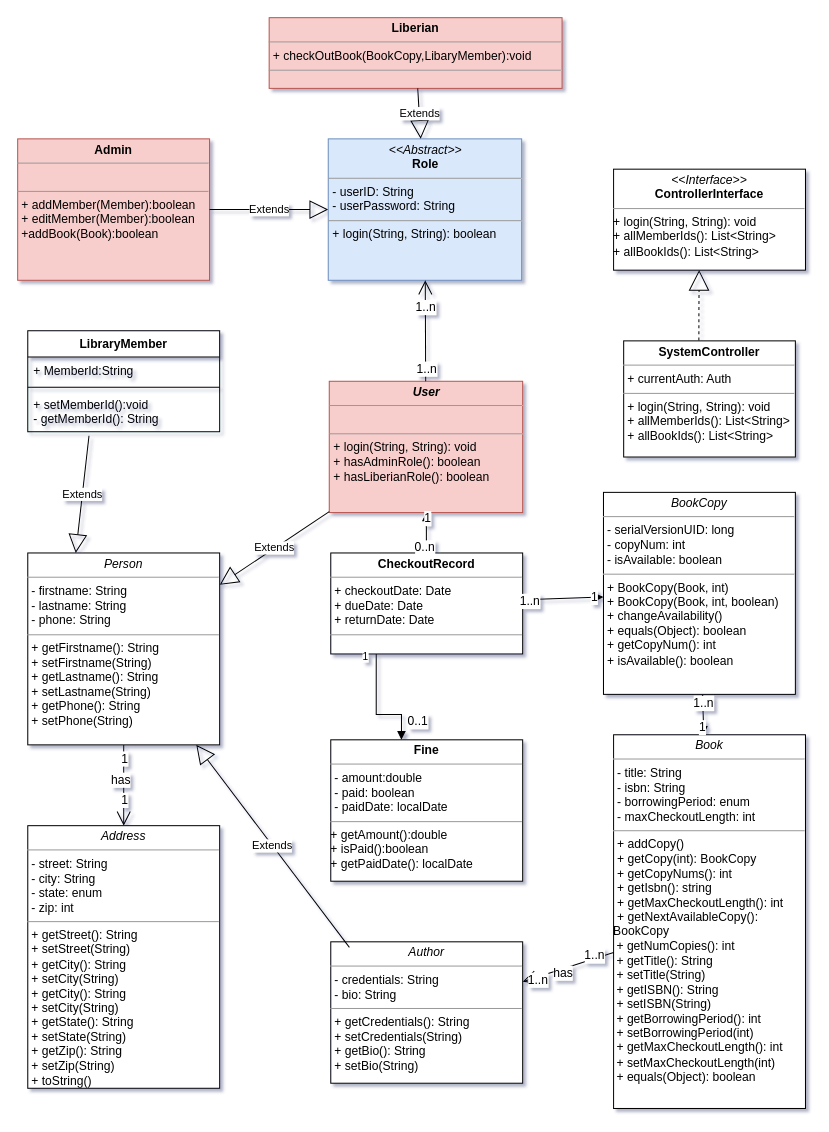
Before: Untitled Diagram.drawio in megaunknown/UML, a draw.io diagram. Source tidied: cells renumbered, new cells numbered last; positions are measured from the earlier drawing's top-left corner, leaving out a move shared by most shapes. Both pictures are drawn from the tidied source at 101%, with x=0, y=0 at pixel (17, 17).
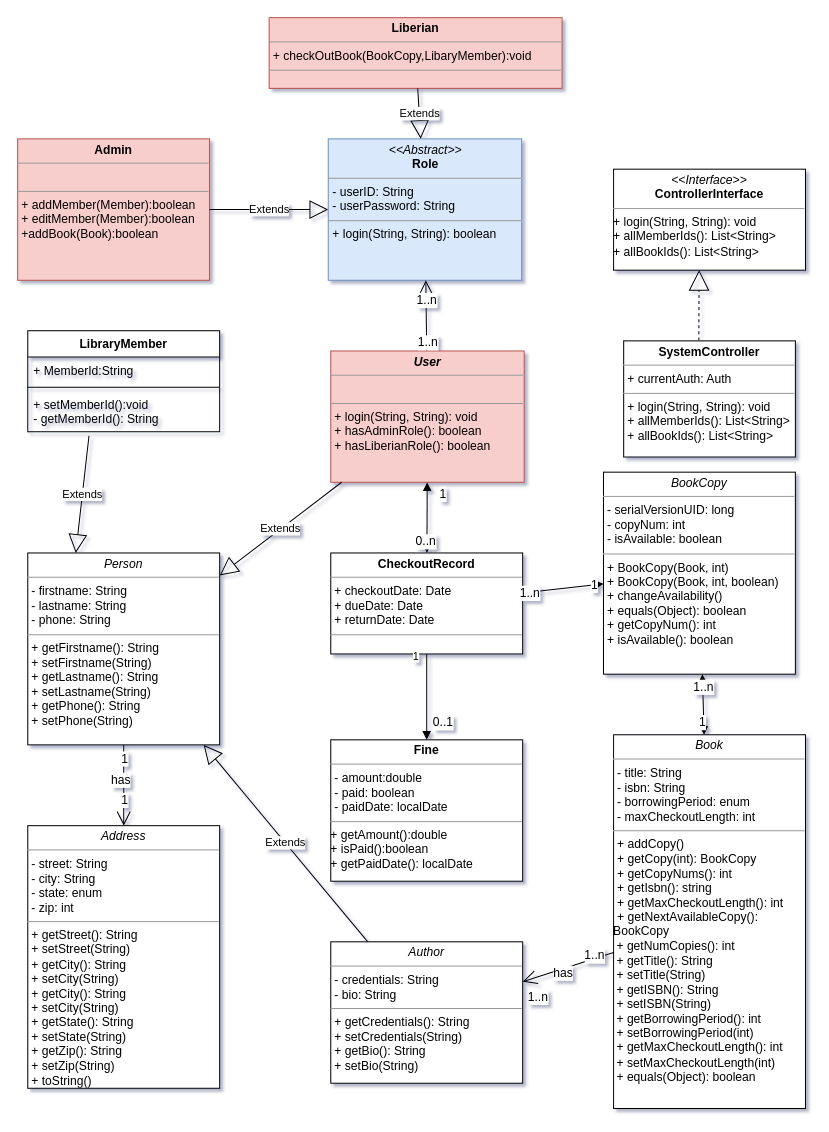
After the change.

Unchanged cells that the change refers to:
```xml
<mxCell id="5" value="&lt;p style=&quot;margin: 0px ; margin-top: 4px ; text-align: center&quot;&gt;&lt;i&gt;Person&lt;/i&gt;&lt;br&gt;&lt;/p&gt;&lt;hr size=&quot;1&quot;&gt;&lt;p style=&quot;margin: 0px ; margin-left: 4px&quot;&gt;- firstname: String&lt;br&gt;- lastname: String&lt;/p&gt;&lt;p style=&quot;margin: 0px ; margin-left: 4px&quot;&gt;- phone: String&lt;br&gt;&lt;/p&gt;&lt;hr size=&quot;1&quot;&gt;&lt;p style=&quot;margin: 0px ; margin-left: 4px&quot;&gt;+ getFirstname(): String&lt;/p&gt;&lt;p style=&quot;margin: 0px ; margin-left: 4px&quot;&gt;+ setFirstname(String)&lt;br&gt;&lt;/p&gt;&lt;p style=&quot;margin: 0px 0px 0px 4px&quot;&gt;+ getLastname(): String&lt;/p&gt;&lt;p style=&quot;margin: 0px 0px 0px 4px&quot;&gt;+ setLastname(String)&lt;br&gt;&lt;/p&gt;&lt;p style=&quot;margin: 0px 0px 0px 4px&quot;&gt;+ getPhone(): String&lt;/p&gt;&lt;p style=&quot;margin: 0px 0px 0px 4px&quot;&gt;+ setPhone(String)&lt;/p&gt;&lt;p style=&quot;margin: 0px 0px 0px 4px&quot;&gt;&lt;br&gt;&lt;/p&gt;" style="verticalAlign=top;align=left;overflow=fill;fontSize=12;fontFamily=Helvetica;html=1;rounded=0;shadow=0;comic=0;labelBackgroundColor=none;strokeWidth=1;" parent="1" vertex="1">
  <mxGeometry x="10" y="530" width="190" height="190" as="geometry" />
</mxCell>
<mxCell id="10" value="&lt;p style=&quot;margin: 0px ; margin-top: 4px ; text-align: center&quot;&gt;&lt;i&gt;Author&lt;/i&gt;&lt;/p&gt;&lt;hr size=&quot;1&quot;&gt;&lt;p style=&quot;margin: 0px ; margin-left: 4px&quot;&gt;- credentials: String&lt;br&gt;- bio: String&lt;/p&gt;&lt;hr size=&quot;1&quot;&gt;&lt;p style=&quot;margin: 0px 0px 0px 4px&quot;&gt;+ getCredentials(): String&lt;/p&gt;&lt;p style=&quot;margin: 0px 0px 0px 4px&quot;&gt;+ setCredentials(String)&lt;/p&gt;&lt;p style=&quot;margin: 0px 0px 0px 4px&quot;&gt;+ getBio(): String&lt;/p&gt;&lt;p style=&quot;margin: 0px 0px 0px 4px&quot;&gt;+ setBio(String)&lt;/p&gt;" style="verticalAlign=top;align=left;overflow=fill;fontSize=12;fontFamily=Helvetica;html=1;rounded=0;shadow=0;comic=0;labelBackgroundColor=none;strokeWidth=1;" parent="1" vertex="1">
  <mxGeometry x="310" y="915" width="190" height="140" as="geometry" />
</mxCell>
<mxCell id="12" value="&lt;p style=&quot;margin: 0px ; margin-top: 4px ; text-align: center&quot;&gt;&lt;b&gt;Fine&lt;/b&gt;&lt;/p&gt;&lt;hr size=&quot;1&quot;&gt;&lt;p style=&quot;margin: 0px ; margin-left: 4px&quot;&gt;- amount:double&lt;/p&gt;&lt;p style=&quot;margin: 0px ; margin-left: 4px&quot;&gt;- paid: boolean&lt;/p&gt;&lt;p style=&quot;margin: 0px ; margin-left: 4px&quot;&gt;- paidDate: localDate&lt;br&gt;&lt;/p&gt;&lt;hr size=&quot;1&quot;&gt;&lt;div&gt;+ getAmount():double&lt;/div&gt;&lt;div&gt;+ isPaid():boolean&lt;/div&gt;&lt;div&gt;+ getPaidDate(): localDate&lt;br&gt;&lt;/div&gt;" style="verticalAlign=top;align=left;overflow=fill;fontSize=12;fontFamily=Helvetica;html=1;rounded=0;shadow=0;comic=0;labelBackgroundColor=none;strokeWidth=1;" parent="1" vertex="1">
  <mxGeometry x="310" y="715" width="190" height="140" as="geometry" />
</mxCell>
<mxCell id="13" style="endArrow=open;endFill=1;endSize=12;html=1;" parent="1" edge="1" source="4" target="10">
  <mxGeometry relative="1" as="geometry" />
</mxCell>
<mxCell id="25" value="&lt;p style=&quot;margin: 0px ; margin-top: 4px ; text-align: center&quot;&gt;&lt;b&gt;CheckoutRecord&lt;/b&gt;&lt;/p&gt;&lt;hr size=&quot;1&quot;&gt;&lt;p style=&quot;margin: 0px ; margin-left: 4px&quot;&gt;+ checkoutDate: Date&lt;br style=&quot;padding: 0px ; margin: 0px&quot;&gt;+ dueDate: Date&lt;br style=&quot;padding: 0px ; margin: 0px&quot;&gt;+ returnDate: Date&lt;br&gt;&lt;/p&gt;&lt;hr size=&quot;1&quot;&gt;&lt;p style=&quot;margin: 0px ; margin-left: 4px&quot;&gt;&lt;br&gt;&lt;/p&gt;" style="verticalAlign=top;align=left;overflow=fill;fontSize=12;fontFamily=Helvetica;html=1;" parent="1" vertex="1">
  <mxGeometry x="310" y="530" width="190" height="100" as="geometry" />
</mxCell>
<mxCell id="39" style="endArrow=block;startArrow=block;endFill=1;startFill=1;html=1;" parent="1" edge="1" source="9" target="25">
  <mxGeometry relative="1" as="geometry" />
</mxCell>
```

Diff of the diagram source:
```diff
@@
     <mxCell id="9" value="&lt;p style=&quot;margin: 0px ; margin-top: 4px ; text-align: center&quot;&gt;&lt;i&gt;&lt;b&gt;User&lt;/b&gt;&lt;/i&gt;&lt;/p&gt;&lt;hr size=&quot;1&quot;&gt;&lt;p style=&quot;margin: 0px ; margin-left: 4px&quot;&gt;&lt;br&gt;&lt;/p&gt;&lt;hr size=&quot;1&quot;&gt;&lt;p style=&quot;margin: 0px ; margin-left: 4px&quot;&gt;+ login(String, String): void&lt;br&gt;+ hasAdminRole(): boolean&lt;/p&gt;&lt;p style=&quot;margin: 0px ; margin-left: 4px&quot;&gt;+ hasLiberianRole(): boolean&lt;br&gt;&lt;/p&gt;&lt;p style=&quot;margin: 0px ; margin-left: 4px&quot;&gt;&lt;br&gt;&lt;/p&gt;" style="verticalAlign=top;align=left;overflow=fill;fontSize=12;fontFamily=Helvetica;html=1;rounded=0;shadow=0;comic=0;labelBackgroundColor=none;strokeWidth=1;fillColor=#f8cecc;strokeColor=#b85450;" parent="1" vertex="1">
-      <mxGeometry x="308.5" y="360" width="191.5" height="130" as="geometry" />
+      <mxGeometry x="310" y="330" width="191.5" height="130" as="geometry" />
     </mxCell>
@@
     <mxCell id="11" value="&lt;p style=&quot;margin: 0px ; margin-top: 4px ; text-align: center&quot;&gt;&lt;i&gt;BookCopy&lt;/i&gt;&lt;/p&gt;&lt;hr size=&quot;1&quot;&gt;&lt;p style=&quot;margin: 0px ; margin-left: 4px&quot;&gt;- serialVersionUID: long&lt;br&gt;- copyNum: int&lt;/p&gt;&lt;p style=&quot;margin: 0px ; margin-left: 4px&quot;&gt;- isAvailable: boolean&lt;br&gt;&lt;/p&gt;&lt;hr size=&quot;1&quot;&gt;&lt;p style=&quot;margin: 0px ; margin-left: 4px&quot;&gt;+ BookCopy(Book, int)&lt;br&gt;&lt;/p&gt;&lt;p style=&quot;margin: 0px ; margin-left: 4px&quot;&gt;+&amp;nbsp;BookCopy(Book, int, boolean)&lt;/p&gt;&lt;p style=&quot;margin: 0px ; margin-left: 4px&quot;&gt;+&amp;nbsp;changeAvailability()&lt;br&gt;+&amp;nbsp;equals(Object): boolean&lt;/p&gt;&lt;p style=&quot;margin: 0px ; margin-left: 4px&quot;&gt;+ getCopyNum(): int&lt;br&gt;&lt;/p&gt;&lt;p style=&quot;margin: 0px ; margin-left: 4px&quot;&gt;+&amp;nbsp;isAvailable(): boolean&lt;/p&gt;&lt;p style=&quot;margin: 0px ; margin-left: 4px&quot;&gt;&lt;br&gt;&lt;/p&gt;&lt;p style=&quot;margin: 0px ; margin-left: 4px&quot;&gt;&lt;br&gt;&lt;/p&gt;" style="verticalAlign=top;align=left;overflow=fill;fontSize=12;fontFamily=Helvetica;html=1;rounded=0;shadow=0;comic=0;labelBackgroundColor=none;strokeWidth=1;" parent="1" vertex="1">
-      <mxGeometry x="580" y="470" width="190" height="200" as="geometry" />
+      <mxGeometry x="580" y="450" width="190" height="200" as="geometry" />
     </mxCell>
@@
     <mxCell id="16" value="1..n" style="text;html=1;align=center;verticalAlign=middle;labelBackgroundColor=#ffffff;" parent="13" vertex="1">
-      <mxGeometry x="0.69" y="3" relative="1" as="geometry" />
+      <mxGeometry x="0.69" y="3" relative="1" as="geometry">
+        <mxPoint y="17.1" as="offset" />
+      </mxGeometry>
     </mxCell>
@@
-    <mxCell id="26" value="Extends" style="endArrow=block;endSize=16;endFill=0;html=1;exitX=0.097;exitY=0.039;exitDx=0;exitDy=0;exitPerimeter=0;" parent="1" edge="1" source="10" target="5">
+    <mxCell id="26" value="Extends" style="endArrow=block;endSize=16;endFill=0;html=1;" parent="1" edge="1" source="10" target="5">
       <mxGeometry relative="1" as="geometry" />
     </mxCell>
@@
-    <mxCell id="33" style="endArrow=block;endFill=1;html=1;edgeStyle=orthogonalEdgeStyle;align=left;verticalAlign=top;rounded=0;" parent="1" edge="1" source="25" target="12">
+    <mxCell id="33" style="endArrow=block;endFill=1;html=1;edgeStyle=orthogonalEdgeStyle;align=left;verticalAlign=top;rounded=0;exitX=0.5;exitY=1;exitDx=0;exitDy=0;entryX=0.5;entryY=0;entryDx=0;entryDy=0;" parent="1" edge="1" source="25" target="12">
       <mxGeometry x="0.29" y="-15" relative="1" as="geometry">
         <Array as="points">
-          <mxPoint x="355" y="690" />
-          <mxPoint x="380" y="690" />
+          <mxPoint x="405" y="700" />
+          <mxPoint x="405" y="700" />
         </Array>
       </mxGeometry>
     </mxCell>
@@
     <mxCell id="41" value="1" style="text;html=1;align=center;verticalAlign=middle;labelBackgroundColor=#ffffff;" parent="39" vertex="1">
-      <mxGeometry x="-0.68" y="1" relative="1" as="geometry" />
+      <mxGeometry x="-0.68" y="1" relative="1" as="geometry">
+        <mxPoint x="13.6" as="offset" />
+      </mxGeometry>
     </mxCell>
```
